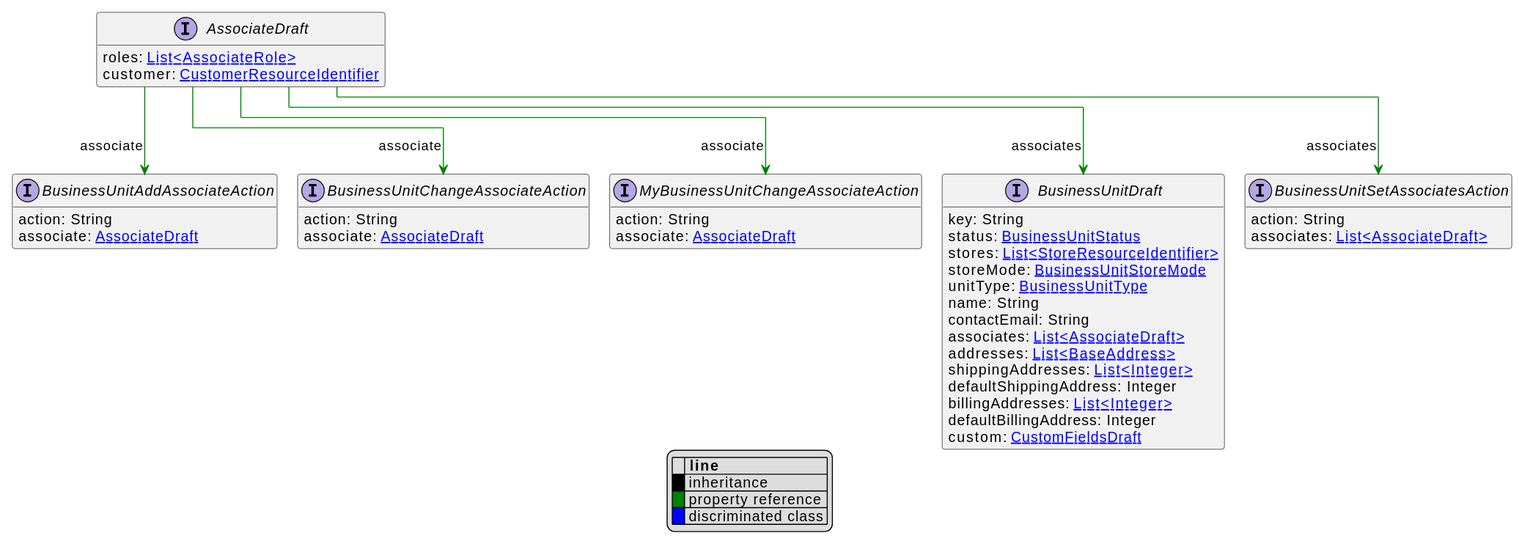
This is uml/api/svg/AssociateDraft.svg from commercetools/commercetools-api-reference, a PlantUML export, as it was before one commit.
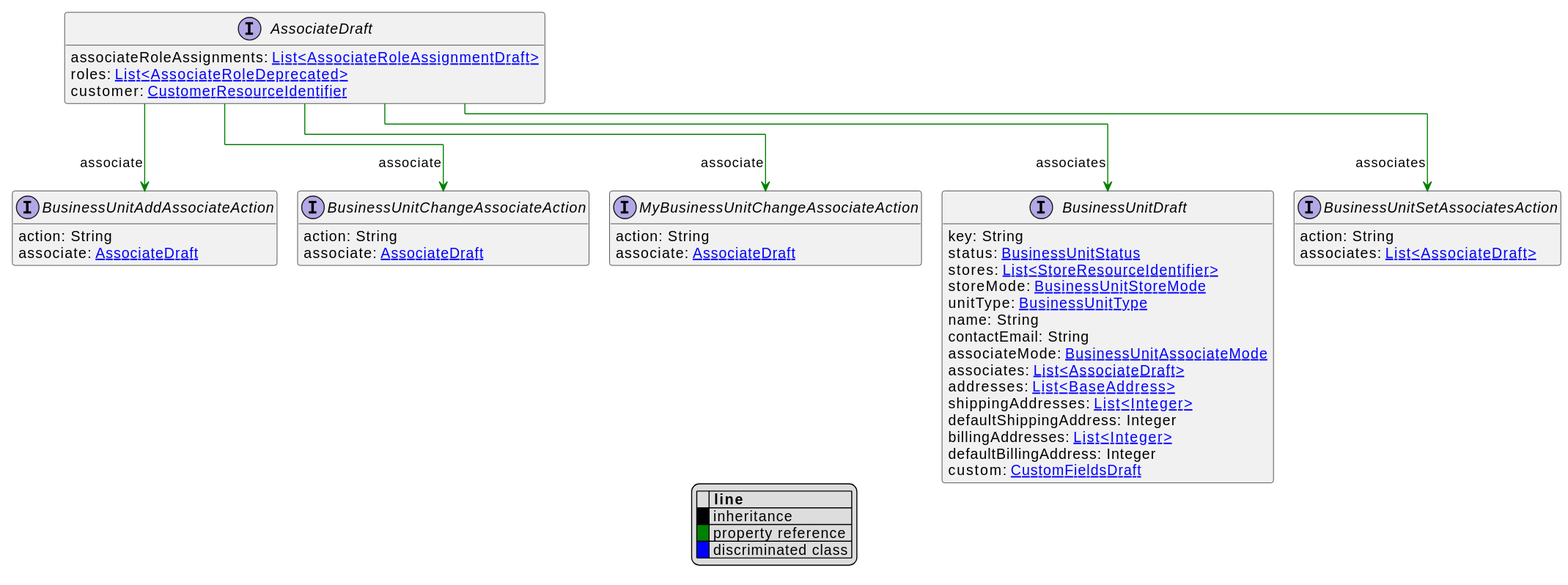
Above is the later version.

What changed in the source:
```diff
@@ -9,7 +9,8 @@
 |<back:blue>   </back>| discriminated class |
 endlegend
 interface AssociateDraft [[AssociateDraft.svg]]  {
-    roles: [[AssociateRole.svg List<AssociateRole>]]
+    associateRoleAssignments: [[AssociateRoleAssignmentDraft.svg List<AssociateRoleAssignmentDraft>]]
+    roles: [[AssociateRoleDeprecated.svg List<AssociateRoleDeprecated>]]
     customer: [[CustomerResourceIdentifier.svg CustomerResourceIdentifier]]
 }
 
@@ -23,6 +24,7 @@
     unitType: [[BusinessUnitType.svg BusinessUnitType]]
     name: String
     contactEmail: String
+    associateMode: [[BusinessUnitAssociateMode.svg BusinessUnitAssociateMode]]
     associates: [[AssociateDraft.svg List<AssociateDraft>]]
     addresses: [[BaseAddress.svg List<BaseAddress>]]
     shippingAddresses: [[Integer.svg List<Integer>]]
```
